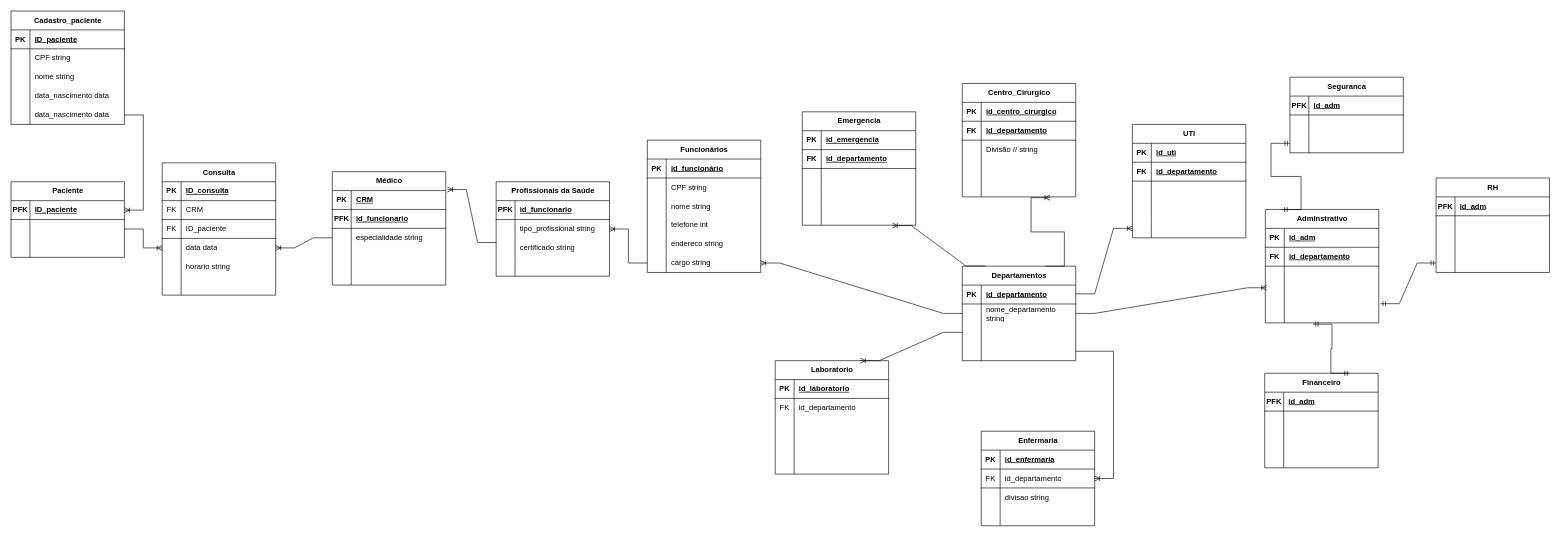
Before: Modelo Relacional/Modelo Lógico.drawio in rafasilva9537/projeto_Hospital_BD, a draw.io diagram. Source tidied: cells renumbered, new cells numbered last; positions are measured from the earlier drawing's top-left corner, leaving out a move shared by most shapes. Both pictures are drawn from the tidied source at 63%, with x=0, y=0 at pixel (11, 11).
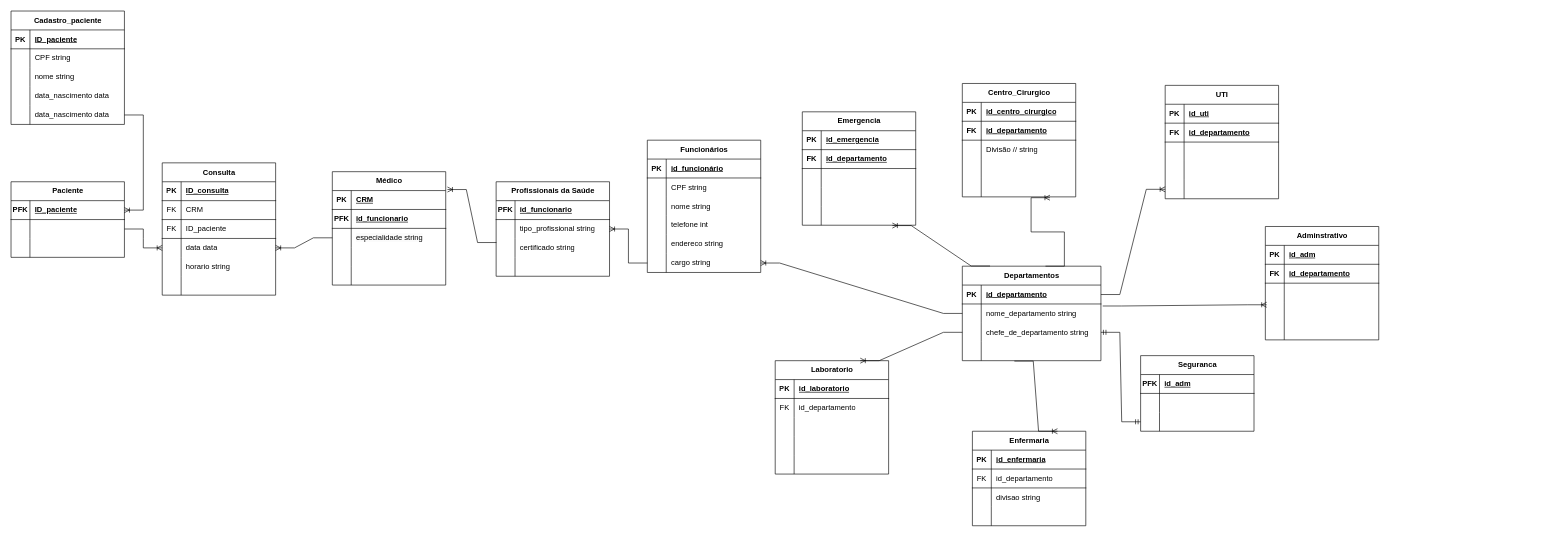
After the change.

Unchanged cells that the change refers to:
```xml
<mxCell id="44" style="shape=tableRow;horizontal=0;startSize=0;swimlaneHead=0;swimlaneBody=0;fillColor=none;points=[[0,0.5],[1,0.5]];portConstraint=eastwest;top=0;left=0;right=0;bottom=0;" parent="34" vertex="1">
  <mxGeometry y="120" width="180" height="30" as="geometry" />
</mxCell>
<mxCell id="47" style="shape=tableRow;horizontal=0;startSize=0;swimlaneHead=0;swimlaneBody=0;fillColor=none;points=[[0,0.5],[1,0.5]];portConstraint=eastwest;top=0;left=0;right=0;bottom=0;" parent="34" vertex="1">
  <mxGeometry y="150" width="180" height="30" as="geometry" />
</mxCell>
<mxCell id="54" style="shape=tableRow;horizontal=0;startSize=0;swimlaneHead=0;swimlaneBody=0;fillColor=none;points=[[0,0.5],[1,0.5]];portConstraint=eastwest;top=0;left=0;right=0;bottom=1;" parent="50" vertex="1">
  <mxGeometry y="60" width="180" height="30" as="geometry" />
</mxCell>
<mxCell id="139" style="shape=tableRow;horizontal=0;startSize=0;swimlaneHead=0;swimlaneBody=0;fillColor=none;points=[[0,0.5],[1,0.5]];portConstraint=eastwest;top=0;left=0;right=0;bottom=0;" parent="126" vertex="1">
  <mxGeometry y="150" width="180" height="30" as="geometry" />
</mxCell>
<mxCell id="226" style="shape=tableRow;horizontal=0;startSize=0;swimlaneHead=0;swimlaneBody=0;fillColor=none;points=[[0,0.5],[1,0.5]];portConstraint=eastwest;top=0;left=0;right=0;bottom=0;" parent="219" vertex="1">
  <mxGeometry y="90" width="180" height="30" as="geometry" />
</mxCell>
```

Diff of the diagram source:
```diff
@@
     <mxCell id="2" value="Departamentos" style="shape=table;startSize=30;childLayout=tableLayout;rowLines=0;fontStyle=1;align=center;html=1;" parent="1" vertex="1">
-      <mxGeometry x="1510" y="405" width="180" height="150" as="geometry" />
+      <mxGeometry x="1510" y="405" width="220" height="150" as="geometry" />
     </mxCell>
     <mxCell id="3" style="shape=tableRow;horizontal=0;startSize=0;swimlaneHead=0;swimlaneBody=0;fillColor=none;points=[[0,0.5],[1,0.5]];portConstraint=eastwest;top=0;left=0;right=0;bottom=1;" parent="2" vertex="1">
-      <mxGeometry y="30" width="180" height="30" as="geometry" />
+      <mxGeometry y="30" width="220" height="30" as="geometry" />
     </mxCell>
@@
     <mxCell id="5" value="id_departamento" style="shape=partialRectangle;fillColor=none;top=0;left=0;bottom=0;right=0;align=left;spacingLeft=6;fontStyle=5;overflow=hidden;whiteSpace=wrap;html=1;" parent="3" vertex="1">
-      <mxGeometry x="30" width="150" height="30" as="geometry" />
+      <mxGeometry x="30" width="190" height="30" as="geometry" />
     </mxCell>
     <mxCell id="6" style="shape=tableRow;horizontal=0;startSize=0;swimlaneHead=0;swimlaneBody=0;fillColor=none;points=[[0,0.5],[1,0.5]];portConstraint=eastwest;top=0;left=0;right=0;bottom=0;" parent="2" vertex="1">
-      <mxGeometry y="60" width="180" height="30" as="geometry" />
+      <mxGeometry y="60" width="220" height="30" as="geometry" />
     </mxCell>
@@
     <mxCell id="8" value="nome_departamento string" style="shape=partialRectangle;fillColor=none;top=0;left=0;bottom=0;right=0;align=left;spacingLeft=6;overflow=hidden;whiteSpace=wrap;html=1;" parent="6" vertex="1">
-      <mxGeometry x="30" width="150" height="30" as="geometry" />
+      <mxGeometry x="30" width="190" height="30" as="geometry" />
     </mxCell>
     <mxCell id="9" style="shape=tableRow;horizontal=0;startSize=0;swimlaneHead=0;swimlaneBody=0;fillColor=none;points=[[0,0.5],[1,0.5]];portConstraint=eastwest;top=0;left=0;right=0;bottom=0;" parent="2" vertex="1">
-      <mxGeometry y="90" width="180" height="30" as="geometry" />
+      <mxGeometry y="90" width="220" height="30" as="geometry" />
     </mxCell>
@@
-    <mxCell id="11" style="shape=partialRectangle;fillColor=none;top=0;left=0;bottom=0;right=0;align=left;spacingLeft=6;overflow=hidden;whiteSpace=wrap;html=1;" parent="9" vertex="1">
-      <mxGeometry x="30" width="150" height="30" as="geometry" />
+    <mxCell id="11" value="chefe_de_departamento string" style="shape=partialRectangle;fillColor=none;top=0;left=0;bottom=0;right=0;align=left;spacingLeft=6;overflow=hidden;whiteSpace=wrap;html=1;" parent="9" vertex="1">
+      <mxGeometry x="30" width="190" height="30" as="geometry" />
     </mxCell>
     <mxCell id="12" style="shape=tableRow;horizontal=0;startSize=0;swimlaneHead=0;swimlaneBody=0;fillColor=none;points=[[0,0.5],[1,0.5]];portConstraint=eastwest;top=0;left=0;right=0;bottom=0;" parent="2" vertex="1">
-      <mxGeometry y="120" width="180" height="30" as="geometry" />
+      <mxGeometry y="120" width="220" height="30" as="geometry" />
     </mxCell>
@@
     <mxCell id="14" style="shape=partialRectangle;fillColor=none;top=0;left=0;bottom=0;right=0;align=left;spacingLeft=6;overflow=hidden;whiteSpace=wrap;html=1;" parent="12" vertex="1">
-      <mxGeometry x="30" width="150" height="30" as="geometry" />
+      <mxGeometry x="30" width="190" height="30" as="geometry" />
     </mxCell>
@@
     <mxCell id="34" value="Adminstrativo" style="shape=table;startSize=30;childLayout=tableLayout;rowLines=0;fontStyle=1;align=center;html=1;" parent="1" vertex="1">
-      <mxGeometry x="1991" y="315" width="180" height="180" as="geometry" />
+      <mxGeometry x="1991" y="342" width="180" height="180" as="geometry" />
     </mxCell>
@@
     <mxCell id="50" value="Enfermaria" style="shape=table;startSize=30;childLayout=tableLayout;rowLines=0;fontStyle=1;align=center;html=1;" parent="1" vertex="1">
-      <mxGeometry x="1540" y="667" width="180" height="150" as="geometry" />
+      <mxGeometry x="1526" y="667" width="180" height="150" as="geometry" />
     </mxCell>
@@
     <mxCell id="126" value="UTI" style="shape=table;startSize=30;childLayout=tableLayout;rowLines=0;fontStyle=1;align=center;html=1;" parent="1" vertex="1">
-      <mxGeometry x="1780" y="180" width="180" height="180" as="geometry" />
+      <mxGeometry x="1832" y="118" width="180" height="180" as="geometry" />
     </mxCell>
@@
-    <mxCell id="190" style="edgeStyle=entityRelationEdgeStyle;fontSize=12;html=1;endArrow=ERoneToMany;rounded=0;exitX=1;exitY=0.5;exitDx=0;exitDy=0;" parent="1" edge="1" source="12" target="54">
-      <mxGeometry relative="1" as="geometry" />
+    <mxCell id="190" style="edgeStyle=entityRelationEdgeStyle;fontSize=12;html=1;endArrow=ERoneToMany;rounded=0;exitX=0.459;exitY=1.122;exitDx=0;exitDy=0;exitPerimeter=0;entryX=0.75;entryY=0;entryDx=0;entryDy=0;" parent="1" edge="1" target="50">
+      <mxGeometry relative="1" as="geometry">
+        <mxPoint x="1592.6" y="555.7" as="sourcePoint" />
+      </mxGeometry>
     </mxCell>
-    <mxCell id="191" style="edgeStyle=entityRelationEdgeStyle;fontSize=12;html=1;endArrow=ERoneToMany;rounded=0;entryX=0.012;entryY=0.142;entryDx=0;entryDy=0;entryPerimeter=0;" parent="1" edge="1" source="2" target="44">
+    <mxCell id="191" style="edgeStyle=entityRelationEdgeStyle;fontSize=12;html=1;endArrow=ERoneToMany;rounded=0;entryX=0.012;entryY=0.142;entryDx=0;entryDy=0;entryPerimeter=0;exitX=1.013;exitY=0.107;exitDx=0;exitDy=0;exitPerimeter=0;" parent="1" edge="1" source="6" target="44">
       <mxGeometry relative="1" as="geometry">
         <Array as="points">
           <mxPoint x="1830" y="195" />
         </Array>
       </mxGeometry>
     </mxCell>
-    <mxCell id="192" style="edgeStyle=entityRelationEdgeStyle;fontSize=12;html=1;endArrow=ERoneToMany;rounded=0;exitX=0.5;exitY=0;exitDx=0;exitDy=0;" parent="1" edge="1" target="139">
+    <mxCell id="192" style="edgeStyle=entityRelationEdgeStyle;fontSize=12;html=1;endArrow=ERoneToMany;rounded=0;exitX=1;exitY=0.5;exitDx=0;exitDy=0;" parent="1" edge="1" source="3" target="139">
       <mxGeometry relative="1" as="geometry">
-        <mxPoint x="1690" y="448.9" as="sourcePoint" />
         <Array as="points">
           <mxPoint x="1690" y="218.9" />
           <mxPoint x="1780" y="365" />
         </Array>
       </mxGeometry>
     </mxCell>
-    <mxCell id="193" value="RH" style="shape=table;startSize=30;childLayout=tableLayout;rowLines=0;fontStyle=1;align=center;html=1;" parent="1" vertex="1">
-      <mxGeometry x="2262" y="265" width="180" height="150" as="geometry" />
-    </mxCell>
-    <mxCell id="194" style="shape=tableRow;horizontal=0;startSize=0;swimlaneHead=0;swimlaneBody=0;fillColor=none;top=0;left=0;right=0;bottom=1;" parent="193" vertex="1">
-      <mxGeometry y="30" width="180" height="30" as="geometry" />
-    </mxCell>
-    <mxCell id="195" value="PFK" style="shape=partialRectangle;fillColor=none;top=0;left=0;bottom=0;right=0;fontStyle=1;overflow=hidden;whiteSpace=wrap;html=1;" parent="194" vertex="1">
-      <mxGeometry width="30" height="30" as="geometry" />
-    </mxCell>
-    <mxCell id="196" value="id_adm" style="shape=partialRectangle;fillColor=none;top=0;left=0;bottom=0;right=0;align=left;spacingLeft=6;fontStyle=5;overflow=hidden;whiteSpace=wrap;html=1;" parent="194" vertex="1">
-      <mxGeometry x="30" width="150" height="30" as="geometry" />
-    </mxCell>
-    <mxCell id="197" style="shape=tableRow;horizontal=0;startSize=0;swimlaneHead=0;swimlaneBody=0;fillColor=none;top=0;left=0;right=0;bottom=0;" parent="193" vertex="1">
-      <mxGeometry y="60" width="180" height="30" as="geometry" />
-    </mxCell>
-    <mxCell id="198" style="shape=partialRectangle;fillColor=none;top=0;left=0;bottom=0;right=0;overflow=hidden;whiteSpace=wrap;html=1;" parent="197" vertex="1">
-      <mxGeometry width="30" height="30" as="geometry" />
-    </mxCell>
-    <mxCell id="199" style="shape=partialRectangle;fillColor=none;top=0;left=0;bottom=0;right=0;align=left;spacingLeft=6;overflow=hidden;whiteSpace=wrap;html=1;" parent="197" vertex="1">
-      <mxGeometry x="30" width="150" height="30" as="geometry" />
-    </mxCell>
-    <mxCell id="200" style="shape=tableRow;horizontal=0;startSize=0;swimlaneHead=0;swimlaneBody=0;fillColor=none;top=0;left=0;right=0;bottom=0;" parent="193" vertex="1">
-      <mxGeometry y="90" width="180" height="30" as="geometry" />
-    </mxCell>
-    <mxCell id="201" style="shape=partialRectangle;fillColor=none;top=0;left=0;bottom=0;right=0;overflow=hidden;whiteSpace=wrap;html=1;" parent="200" vertex="1">
-      <mxGeometry width="30" height="30" as="geometry" />
-    </mxCell>
-    <mxCell id="202" style="shape=partialRectangle;fillColor=none;top=0;left=0;bottom=0;right=0;align=left;spacingLeft=6;overflow=hidden;whiteSpace=wrap;html=1;" parent="200" vertex="1">
-      <mxGeometry x="30" width="150" height="30" as="geometry" />
-    </mxCell>
-    <mxCell id="203" style="shape=tableRow;horizontal=0;startSize=0;swimlaneHead=0;swimlaneBody=0;fillColor=none;points=[[0,0.5],[1,0.5]];portConstraint=eastwest;top=0;left=0;right=0;bottom=0;" parent="193" vertex="1">
-      <mxGeometry y="120" width="180" height="30" as="geometry" />
-    </mxCell>
-    <mxCell id="204" style="shape=partialRectangle;fillColor=none;top=0;left=0;bottom=0;right=0;overflow=hidden;whiteSpace=wrap;html=1;" parent="203" vertex="1">
-      <mxGeometry width="30" height="30" as="geometry" />
-    </mxCell>
-    <mxCell id="205" style="shape=partialRectangle;fillColor=none;top=0;left=0;bottom=0;right=0;align=left;spacingLeft=6;overflow=hidden;whiteSpace=wrap;html=1;" parent="203" vertex="1">
-      <mxGeometry x="30" width="150" height="30" as="geometry" />
-    </mxCell>
-    <mxCell id="206" value="Financeiro" style="shape=table;startSize=30;childLayout=tableLayout;rowLines=0;fontStyle=1;align=center;html=1;" parent="1" vertex="1">
-      <mxGeometry x="1990" y="575" width="180" height="150" as="geometry" />
-    </mxCell>
-    <mxCell id="207" style="shape=tableRow;horizontal=0;startSize=0;swimlaneHead=0;swimlaneBody=0;fillColor=none;top=0;left=0;right=0;bottom=1;" parent="206" vertex="1">
-      <mxGeometry y="30" width="180" height="30" as="geometry" />
-    </mxCell>
-    <mxCell id="208" value="PFK" style="shape=partialRectangle;fillColor=none;top=0;left=0;bottom=0;right=0;fontStyle=1;overflow=hidden;whiteSpace=wrap;html=1;" parent="207" vertex="1">
-      <mxGeometry width="30" height="30" as="geometry" />
-    </mxCell>
-    <mxCell id="209" value="id_adm" style="shape=partialRectangle;fillColor=none;top=0;left=0;bottom=0;right=0;align=left;spacingLeft=6;fontStyle=5;overflow=hidden;whiteSpace=wrap;html=1;" parent="207" vertex="1">
-      <mxGeometry x="30" width="150" height="30" as="geometry" />
-    </mxCell>
-    <mxCell id="210" style="shape=tableRow;horizontal=0;startSize=0;swimlaneHead=0;swimlaneBody=0;fillColor=none;top=0;left=0;right=0;bottom=0;" parent="206" vertex="1">
-      <mxGeometry y="60" width="180" height="30" as="geometry" />
-    </mxCell>
-    <mxCell id="211" style="shape=partialRectangle;fillColor=none;top=0;left=0;bottom=0;right=0;overflow=hidden;whiteSpace=wrap;html=1;" parent="210" vertex="1">
-      <mxGeometry width="30" height="30" as="geometry" />
-    </mxCell>
-    <mxCell id="212" style="shape=partialRectangle;fillColor=none;top=0;left=0;bottom=0;right=0;align=left;spacingLeft=6;overflow=hidden;whiteSpace=wrap;html=1;" parent="210" vertex="1">
-      <mxGeometry x="30" width="150" height="30" as="geometry" />
-    </mxCell>
-    <mxCell id="213" style="shape=tableRow;horizontal=0;startSize=0;swimlaneHead=0;swimlaneBody=0;fillColor=none;top=0;left=0;right=0;bottom=0;" parent="206" vertex="1">
-      <mxGeometry y="90" width="180" height="30" as="geometry" />
-    </mxCell>
-    <mxCell id="214" style="shape=partialRectangle;fillColor=none;top=0;left=0;bottom=0;right=0;overflow=hidden;whiteSpace=wrap;html=1;" parent="213" vertex="1">
-      <mxGeometry width="30" height="30" as="geometry" />
-    </mxCell>
-    <mxCell id="215" style="shape=partialRectangle;fillColor=none;top=0;left=0;bottom=0;right=0;align=left;spacingLeft=6;overflow=hidden;whiteSpace=wrap;html=1;" parent="213" vertex="1">
-      <mxGeometry x="30" width="150" height="30" as="geometry" />
-    </mxCell>
-    <mxCell id="216" style="shape=tableRow;horizontal=0;startSize=0;swimlaneHead=0;swimlaneBody=0;fillColor=none;top=0;left=0;right=0;bottom=0;" parent="206" vertex="1">
-      <mxGeometry y="120" width="180" height="30" as="geometry" />
-    </mxCell>
-    <mxCell id="217" style="shape=partialRectangle;fillColor=none;top=0;left=0;bottom=0;right=0;overflow=hidden;whiteSpace=wrap;html=1;" parent="216" vertex="1">
-      <mxGeometry width="30" height="30" as="geometry" />
-    </mxCell>
-    <mxCell id="218" style="shape=partialRectangle;fillColor=none;top=0;left=0;bottom=0;right=0;align=left;spacingLeft=6;overflow=hidden;whiteSpace=wrap;html=1;" parent="216" vertex="1">
-      <mxGeometry x="30" width="150" height="30" as="geometry" />
-    </mxCell>
     <mxCell id="219" value="Seguranca" style="shape=table;startSize=30;childLayout=tableLayout;rowLines=0;fontStyle=1;align=center;html=1;" parent="1" vertex="1">
-      <mxGeometry x="2030" y="105" width="180" height="120" as="geometry" />
+      <mxGeometry x="1793" y="547" width="180" height="120" as="geometry" />
     </mxCell>
@@
-    <mxCell id="229" style="edgeStyle=entityRelationEdgeStyle;fontSize=12;html=1;endArrow=ERmandOne;startArrow=ERmandOne;rounded=0;exitX=0.148;exitY=0.001;exitDx=0;exitDy=0;exitPerimeter=0;entryX=0;entryY=0.5;entryDx=0;entryDy=0;" parent="1" edge="1" source="34" target="226">
+    <mxCell id="229" style="edgeStyle=entityRelationEdgeStyle;fontSize=12;html=1;endArrow=ERmandOne;startArrow=ERmandOne;rounded=0;exitX=1;exitY=0.5;exitDx=0;exitDy=0;entryX=0;entryY=0.5;entryDx=0;entryDy=0;" parent="1" edge="1" source="9" target="226">
       <mxGeometry relative="1" as="geometry">
         <Array as="points">
+          <mxPoint x="1850" y="415" />
           <mxPoint x="2100" y="273" />
           <mxPoint x="2100" y="273" />
           <mxPoint x="1970" y="125" />
           <mxPoint x="2100" y="263" />
         </Array>
       </mxGeometry>
     </mxCell>
-    <mxCell id="230" style="edgeStyle=entityRelationEdgeStyle;fontSize=12;html=1;endArrow=ERmandOne;startArrow=ERmandOne;rounded=0;entryX=0.421;entryY=1.071;entryDx=0;entryDy=0;exitX=0.75;exitY=0;exitDx=0;exitDy=0;entryPerimeter=0;" parent="1" edge="1" source="206" target="47">
-      <mxGeometry relative="1" as="geometry">
-        <Array as="points">
-          <mxPoint x="2080" y="508" />
-          <mxPoint x="2080" y="508" />
-          <mxPoint x="2080" y="498" />
-        </Array>
-      </mxGeometry>
-    </mxCell>
-    <mxCell id="231" style="edgeStyle=entityRelationEdgeStyle;fontSize=12;html=1;endArrow=ERmandOne;startArrow=ERmandOne;rounded=0;entryX=1.015;entryY=-0.016;entryDx=0;entryDy=0;entryPerimeter=0;exitX=0;exitY=0.5;exitDx=0;exitDy=0;" parent="1" edge="1" source="203" target="47">
-      <mxGeometry relative="1" as="geometry">
-        <Array as="points">
-          <mxPoint x="2220" y="474.8" />
-          <mxPoint x="2299" y="445" />
-          <mxPoint x="2220" y="474.8" />
-          <mxPoint x="2220" y="464.8" />
-        </Array>
-      </mxGeometry>
-    </mxCell>
```
